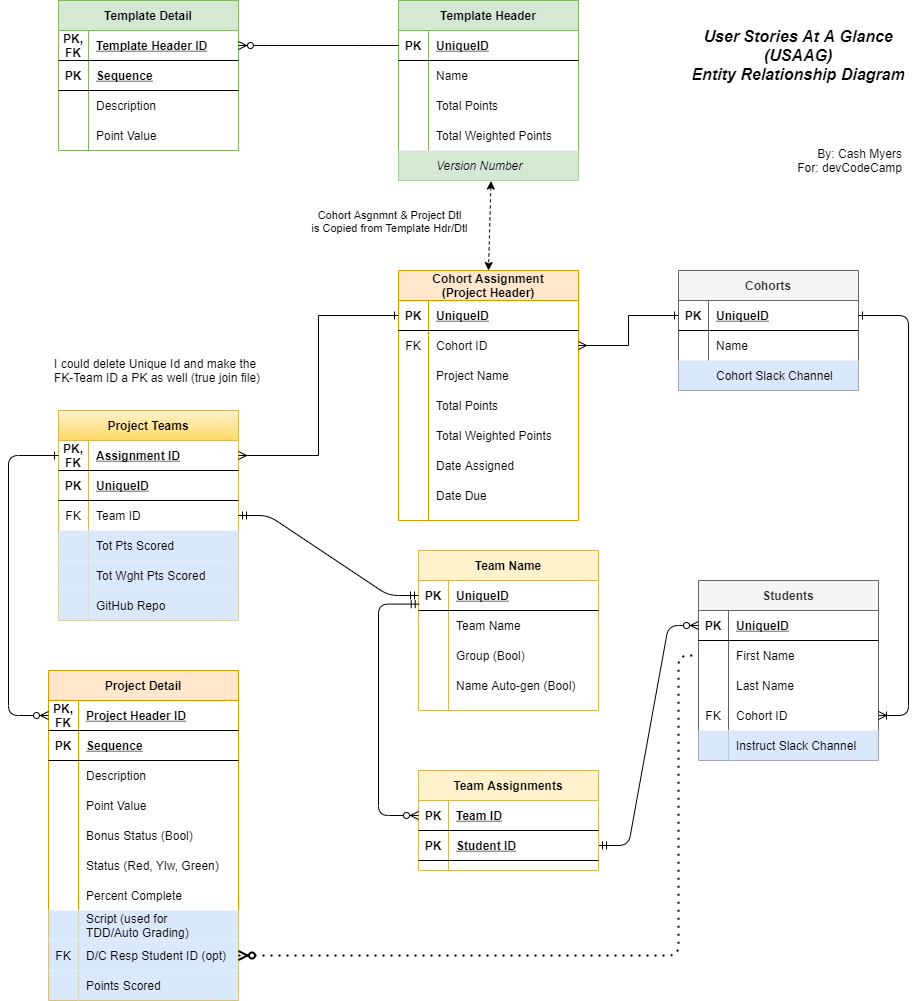
cashmy/usaag keeps this draw.io diagram as USAG_ERD.png. Above is the earlier version. Source tidied: cells renumbered, new cells last; positions are measured from the earlier drawing's top-left corner, leaving out a move shared by most shapes.
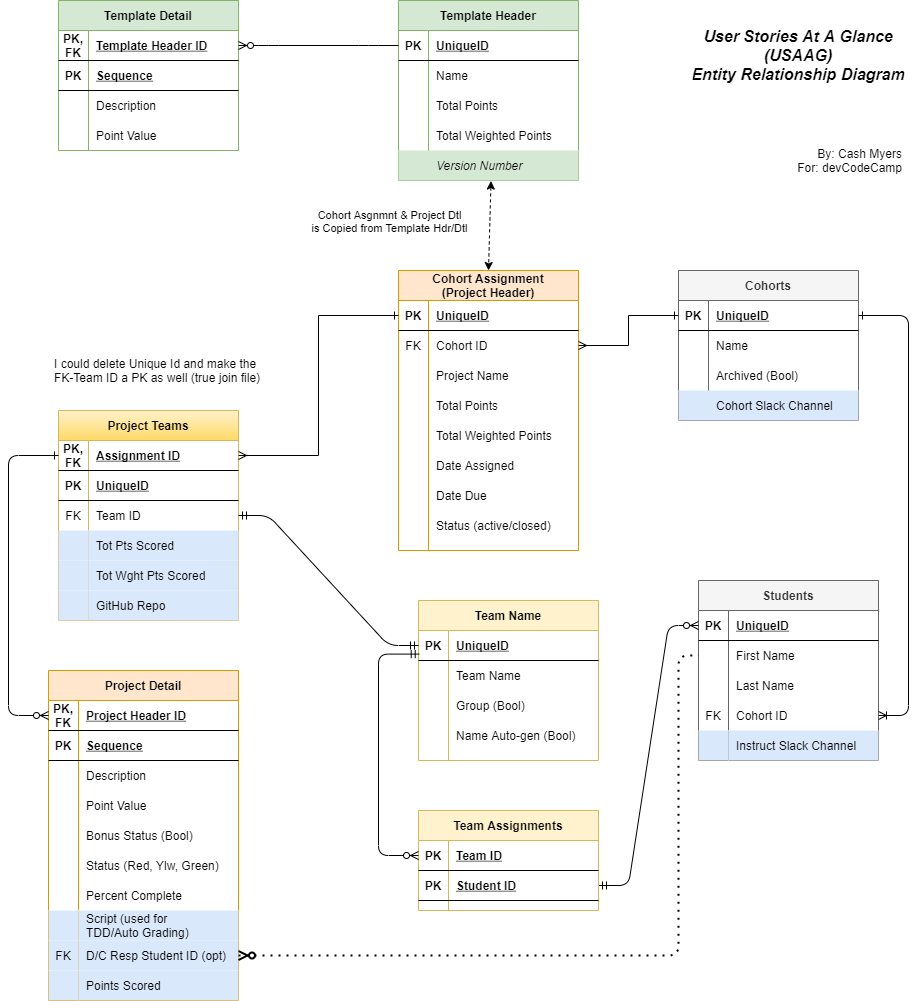
After the commit.

Commit message:
Added Statuses to Assignments and Cohorts

What changed in the source:
```diff
@@ -108,7 +108,7 @@
       <mxGeometry x="30" width="150" height="30" as="geometry" />
     </mxCell>
     <mxCell id="37" value="Cohorts" style="shape=table;startSize=30;rowLines=0;fontStyle=1;align=center;fillColor=#f5f5f5;strokeColor=#666666;fontColor=#333333;" parent="1" vertex="1">
-      <mxGeometry x="670" y="270" width="180" height="120" as="geometry" />
+      <mxGeometry x="670" y="270" width="180" height="150" as="geometry" />
     </mxCell>
     <mxCell id="38" style="shape=partialRectangle;fillColor=none;top=0;left=0;bottom=1;right=0;points=[[0,0.5],[1,0.5]];portConstraint=eastwest;" parent="37" vertex="1">
       <mxGeometry y="30" width="180" height="30" as="geometry" />
@@ -128,8 +128,17 @@
     <mxCell id="43" value="Name" style="shape=partialRectangle;fillColor=none;top=0;left=0;bottom=0;right=0;align=left;spacingLeft=6;overflow=hidden;" parent="41" vertex="1">
       <mxGeometry x="30" width="150" height="30" as="geometry" />
     </mxCell>
+    <mxCell id="164" style="shape=partialRectangle;fillColor=none;top=0;left=0;bottom=0;right=0;" parent="37" vertex="1">
+      <mxGeometry y="90" width="180" height="30" as="geometry" />
+    </mxCell>
+    <mxCell id="165" style="shape=partialRectangle;fillColor=none;top=0;left=0;bottom=0;right=0;overflow=hidden;" parent="164" vertex="1">
+      <mxGeometry width="30" height="30" as="geometry" />
+    </mxCell>
+    <mxCell id="166" value="Archived (Bool)" style="shape=partialRectangle;fillColor=none;top=0;left=0;bottom=0;right=0;align=left;spacingLeft=6;overflow=hidden;" parent="164" vertex="1">
+      <mxGeometry x="30" width="150" height="30" as="geometry" />
+    </mxCell>
     <mxCell id="44" style="shape=partialRectangle;fillColor=#dae8fc;top=0;left=0;bottom=0;right=0;strokeColor=#6c8ebf;" parent="37" vertex="1">
-      <mxGeometry y="90" width="180" height="30" as="geometry" />
+      <mxGeometry y="120" width="180" height="30" as="geometry" />
     </mxCell>
     <mxCell id="45" style="shape=partialRectangle;fillColor=none;top=0;left=0;bottom=0;right=0;overflow=hidden;" parent="44" vertex="1">
       <mxGeometry width="30" height="30" as="geometry" />
@@ -318,7 +327,7 @@
       <mxGeometry x="30" width="160" height="30" as="geometry" />
     </mxCell>
     <mxCell id="107" value="Team Name" style="shape=table;startSize=30;rowLines=0;fontStyle=1;align=center;fillColor=#fff2cc;strokeColor=#d6b656;" parent="1" vertex="1">
-      <mxGeometry x="410" y="550" width="180" height="160" as="geometry" />
+      <mxGeometry x="410" y="600" width="180" height="160" as="geometry" />
     </mxCell>
     <mxCell id="108" style="shape=partialRectangle;fillColor=none;top=0;left=0;bottom=1;right=0;points=[[0,0.5],[1,0.5]];portConstraint=eastwest;" parent="107" vertex="1">
       <mxGeometry y="30" width="180" height="30" as="geometry" />
@@ -385,7 +394,7 @@
       <mxGeometry relative="1" as="geometry" />
     </mxCell>
     <mxCell id="126" value="Team Assignments" style="shape=table;startSize=30;rowLines=0;fontStyle=1;align=center;fillColor=#fff2cc;strokeColor=#d6b656;" parent="1" vertex="1">
-      <mxGeometry x="410" y="770" width="180" height="100" as="geometry" />
+      <mxGeometry x="410" y="810" width="180" height="100" as="geometry" />
     </mxCell>
     <mxCell id="127" style="shape=partialRectangle;fillColor=none;top=0;left=0;bottom=1;right=0;points=[[0,0.5],[1,0.5]];portConstraint=eastwest;" parent="126" vertex="1">
       <mxGeometry y="30" width="180" height="30" as="geometry" />
@@ -430,7 +439,7 @@
       </mxGeometry>
     </mxCell>
     <mxCell id="137" value="Cohort Assignment&#10;(Project Header)" style="shape=table;startSize=30;rowLines=0;fontStyle=1;align=center;fillColor=#ffe6cc;strokeColor=#d79b00;" parent="1" vertex="1">
-      <mxGeometry x="390" y="270" width="180" height="250" as="geometry" />
+      <mxGeometry x="390" y="270" width="180" height="280" as="geometry" />
     </mxCell>
     <mxCell id="138" style="shape=partialRectangle;fillColor=none;top=0;left=0;bottom=1;right=0;points=[[0,0.5],[1,0.5]];portConstraint=eastwest;" parent="137" vertex="1">
       <mxGeometry y="30" width="180" height="30" as="geometry" />
@@ -495,6 +504,15 @@
     <mxCell id="158" value="Date Due" style="shape=partialRectangle;fillColor=none;top=0;left=0;bottom=0;right=0;align=left;spacingLeft=6;overflow=hidden;" parent="156" vertex="1">
       <mxGeometry x="30" width="150" height="30" as="geometry" />
     </mxCell>
+    <mxCell id="167" style="shape=partialRectangle;fillColor=none;top=0;left=0;bottom=0;right=0;" parent="137" vertex="1">
+      <mxGeometry y="240" width="180" height="30" as="geometry" />
+    </mxCell>
+    <mxCell id="168" style="shape=partialRectangle;fillColor=none;top=0;left=0;bottom=0;right=0;overflow=hidden;" parent="167" vertex="1">
+      <mxGeometry width="30" height="30" as="geometry" />
+    </mxCell>
+    <mxCell id="169" value="Status (active/closed)" style="shape=partialRectangle;fillColor=none;top=0;left=0;bottom=0;right=0;align=left;spacingLeft=6;overflow=hidden;" parent="167" vertex="1">
+      <mxGeometry x="30" width="150" height="30" as="geometry" />
+    </mxCell>
     <mxCell id="159" style="edgeStyle=orthogonalEdgeStyle;rounded=0;jumpStyle=none;jettySize=auto;html=1;exitX=1;exitY=0.5;exitDx=0;exitDy=0;entryX=0;entryY=0.5;entryDx=0;entryDy=0;startArrow=ERmany;startFill=0;endArrow=ERone;endFill=0;" parent="1" edge="1" source="19" target="138">
       <mxGeometry relative="1" as="geometry" />
     </mxCell>
```
